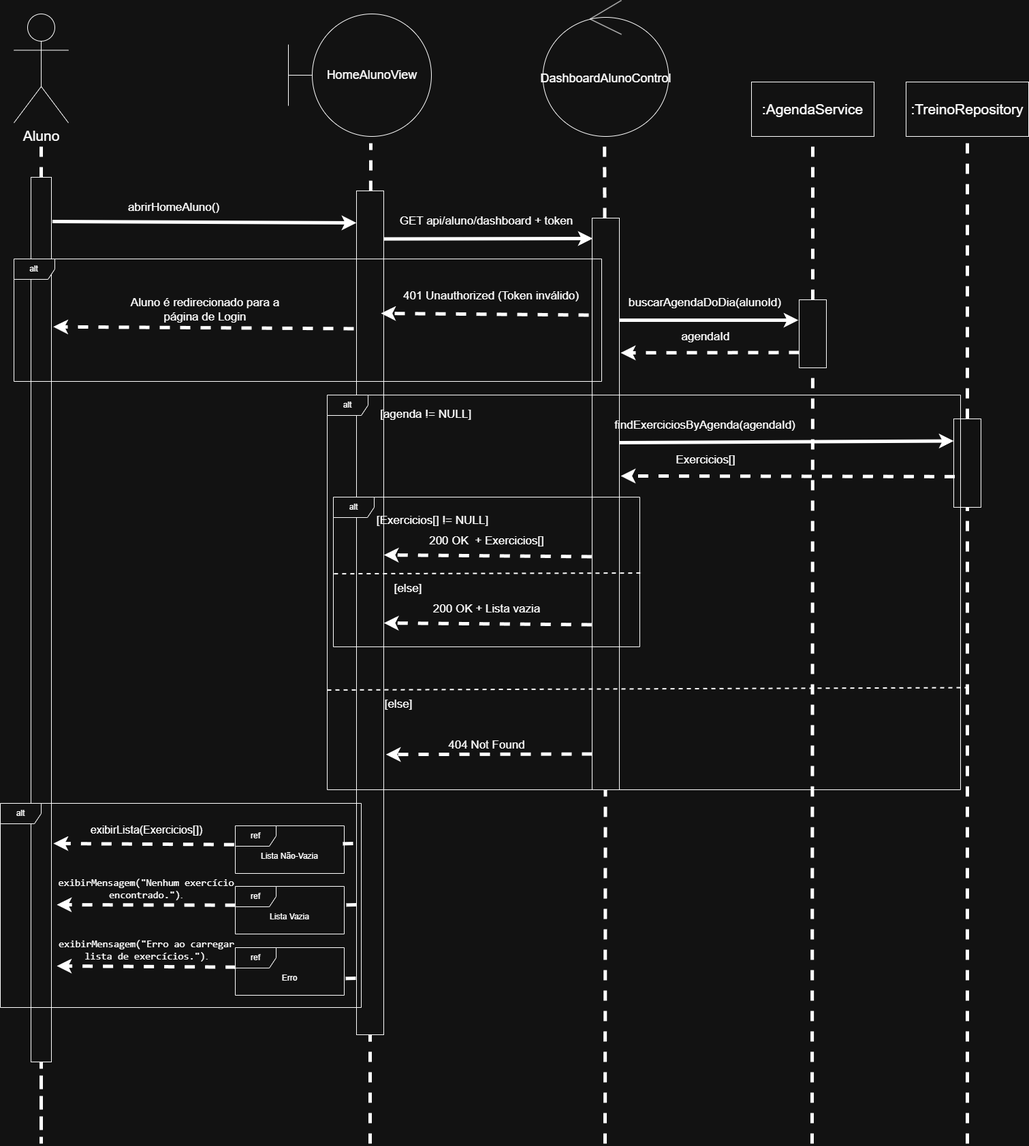
Above: docs/engenharia-software-2/diagrama_de_sequencia/fase_projeto/Página inicial do Aluno - Fase de Projeto.png in GabrielPaduan/Treino_Exato (draw.io), before the change. Source tidied: cells renumbered, new cells last; positions are measured from the earlier drawing's top-left corner, leaving out a move shared by most shapes.
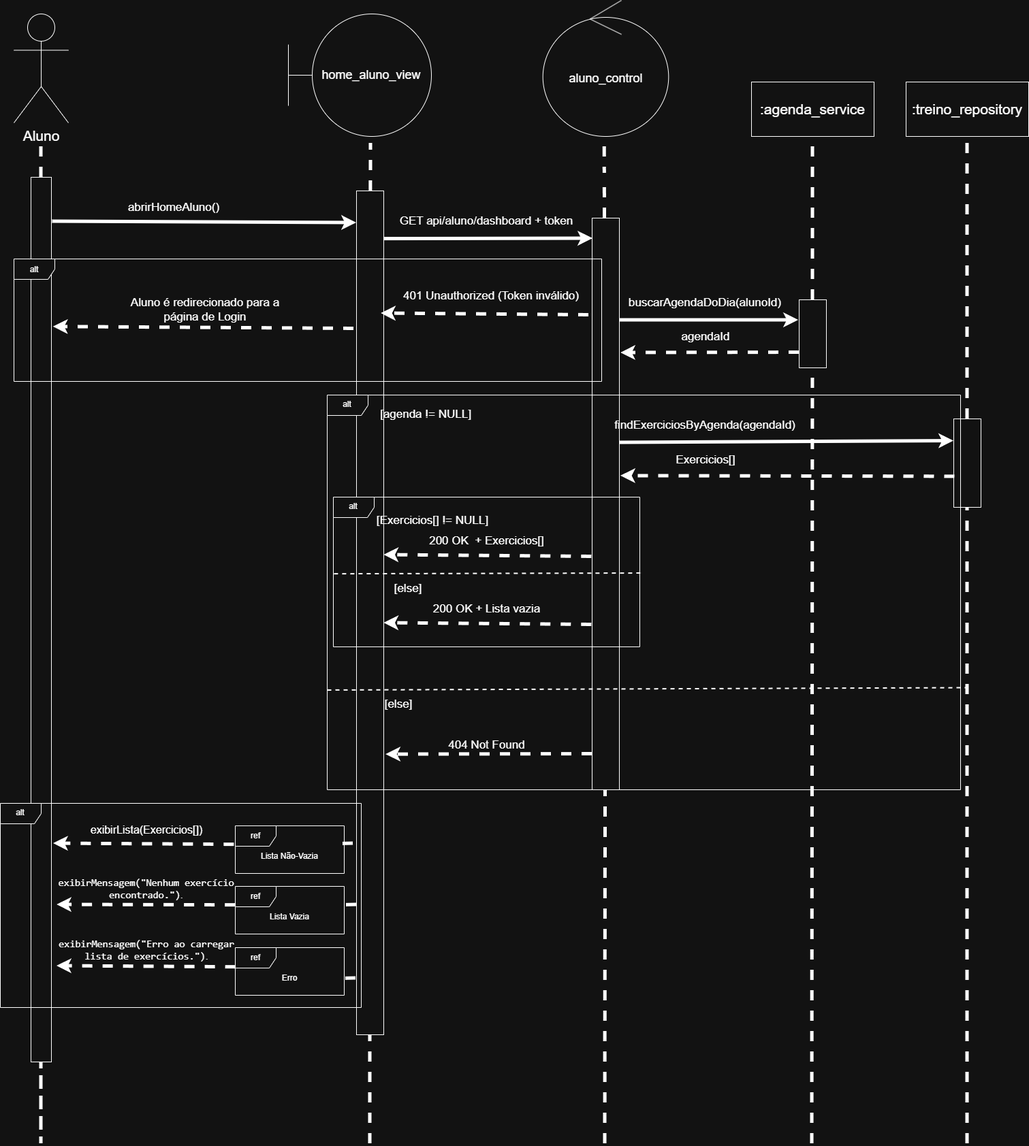
The same diagram one commit later.

The edit, as a diff of the source:
```diff
@@ -2,10 +2,10 @@
   <root>
     <mxCell id="0" />
     <mxCell id="1" parent="0" />
-    <mxCell id="2" value="&lt;font style=&quot;font-size: 18px;&quot;&gt;HomeAlunoView&lt;/font&gt;" style="shape=umlBoundary;whiteSpace=wrap;html=1;" parent="1" vertex="1">
+    <mxCell id="2" value="&lt;span style=&quot;font-size: 18px;&quot;&gt;home_aluno_view&lt;/span&gt;" style="shape=umlBoundary;whiteSpace=wrap;html=1;" parent="1" vertex="1">
       <mxGeometry x="423" y="20" width="210" height="180" as="geometry" />
     </mxCell>
-    <mxCell id="3" value="&lt;font style=&quot;font-size: 18px;&quot;&gt;DashboardAlunoControl&lt;/font&gt;" style="ellipse;shape=umlControl;whiteSpace=wrap;html=1;fontSize=21;" parent="1" vertex="1">
+    <mxCell id="3" value="&lt;font style=&quot;font-size: 18px;&quot;&gt;aluno_control&lt;/font&gt;" style="ellipse;shape=umlControl;whiteSpace=wrap;html=1;fontSize=21;" parent="1" vertex="1">
       <mxGeometry x="796.7" width="184.6" height="200" as="geometry" />
     </mxCell>
     <mxCell id="4" style="endArrow=none;dashed=1;html=1;rounded=0;strokeWidth=5;" parent="1" edge="1" source="9">
@@ -18,7 +18,7 @@
         <mxPoint x="544" y="210" as="targetPoint" />
       </mxGeometry>
     </mxCell>
-    <mxCell id="6" style="endArrow=none;dashed=1;html=1;rounded=0;strokeWidth=5;entryX=0.49;entryY=1.005;entryDx=0;entryDy=0;entryPerimeter=0;" parent="1" edge="1" source="16" target="3">
+    <mxCell id="6" value="&amp;nbsp;&amp;nbsp; " style="endArrow=none;dashed=1;html=1;rounded=0;strokeWidth=5;entryX=0.49;entryY=1.005;entryDx=0;entryDy=0;entryPerimeter=0;" parent="1" edge="1" source="16" target="3">
       <mxGeometry relative="1" as="geometry" />
     </mxCell>
     <mxCell id="7" style="endArrow=classic;html=1;rounded=0;strokeWidth=5;exitX=1.05;exitY=0.05;exitDx=0;exitDy=0;exitPerimeter=0;" parent="1" edge="1" source="9">
@@ -48,7 +48,7 @@
     <mxCell id="12" style="rounded=0;whiteSpace=wrap;html=1;" parent="1" vertex="1">
       <mxGeometry x="523" y="280" width="40" height="1240" as="geometry" />
     </mxCell>
-    <mxCell id="13" value="&lt;span style=&quot;font-size: 21px;&quot;&gt;:AgendaService&lt;/span&gt;" style="rounded=0;whiteSpace=wrap;html=1;" parent="1" vertex="1">
+    <mxCell id="13" value="&lt;span style=&quot;font-size: 21px;&quot;&gt;:agenda_service&lt;/span&gt;" style="rounded=0;whiteSpace=wrap;html=1;" parent="1" vertex="1">
       <mxGeometry x="1103" y="120" width="180" height="80" as="geometry" />
     </mxCell>
     <mxCell id="14" value=" " style="endArrow=classic;html=1;rounded=0;strokeWidth=5;" parent="1" edge="1">
@@ -165,7 +165,7 @@
         <mxPoint x="502" y="1437.5" as="targetPoint" />
       </mxGeometry>
     </mxCell>
-    <mxCell id="42" value="&lt;font style=&quot;font-size: 21px;&quot;&gt;:TreinoRepository&lt;/font&gt;" style="rounded=0;whiteSpace=wrap;html=1;" parent="1" vertex="1">
+    <mxCell id="42" value="&lt;span style=&quot;font-size: 21px;&quot;&gt;:treino_repository&lt;/span&gt;" style="rounded=0;whiteSpace=wrap;html=1;" parent="1" vertex="1">
       <mxGeometry x="1330" y="120" width="180" height="80" as="geometry" />
     </mxCell>
     <mxCell id="43" style="endArrow=none;dashed=1;html=1;rounded=0;strokeWidth=5;" parent="1" edge="1" source="45">
```
